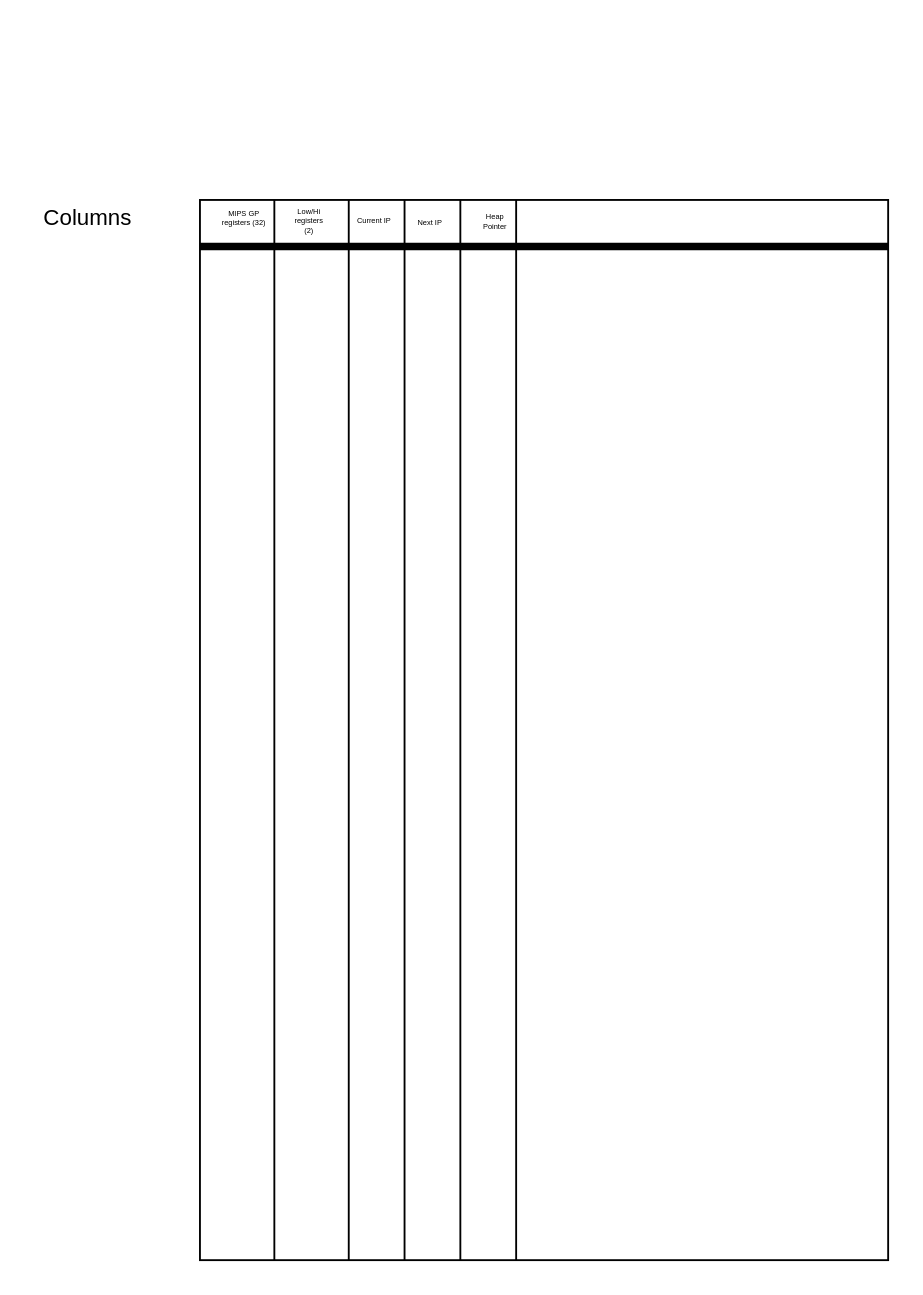
This is Untitled Diagram.drawio from dannywillems/drawio-diagrams, a draw.io file, before an edit. Source tidied: cells renumbered, new cells numbered last; positions are measured from the earlier drawing's top-left corner, leaving out a move shared by most shapes. Both pictures are drawn from the tidied source at 186%, with x=0, y=0 at pixel (32, 190).
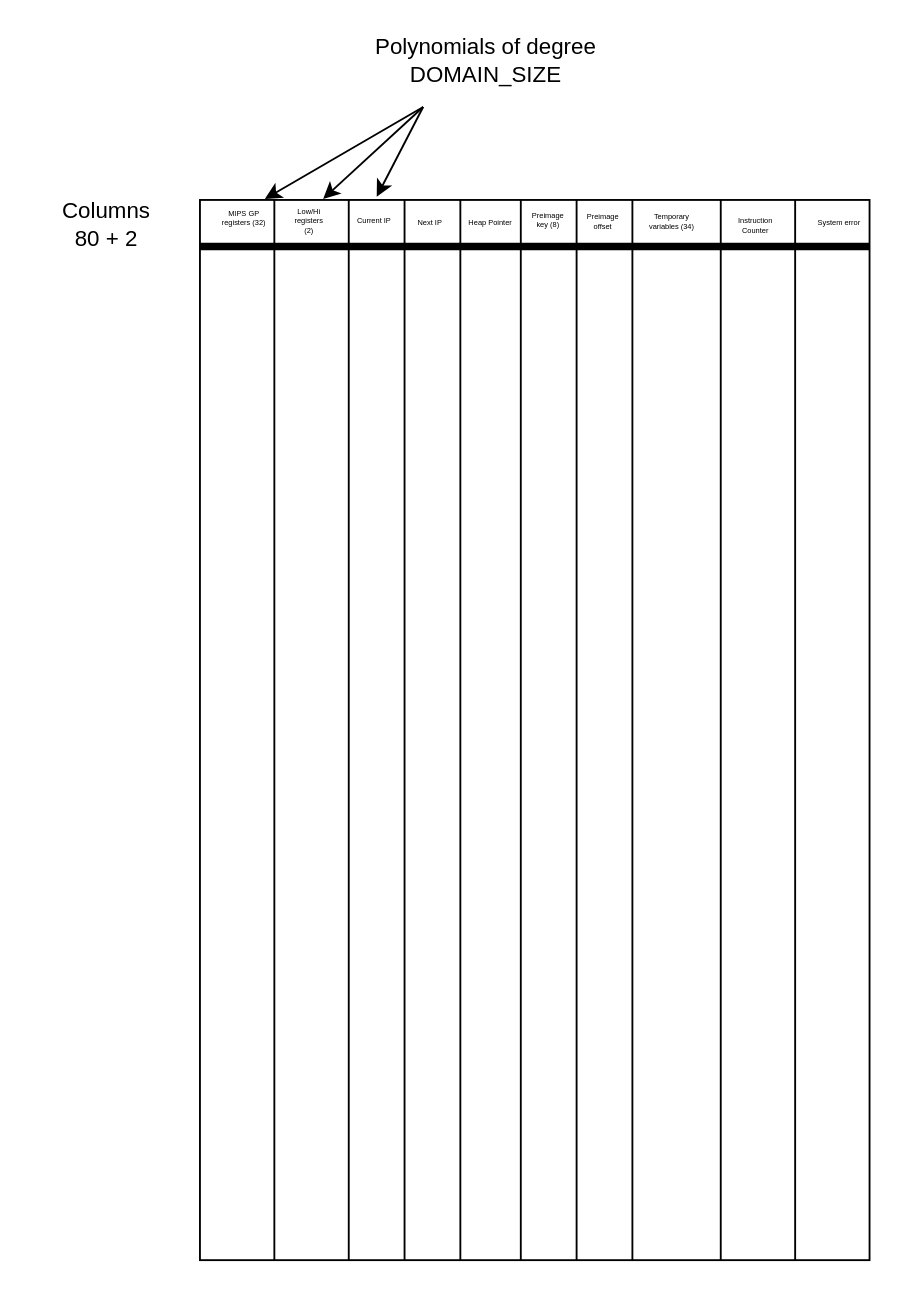
The same page after the edit.

Change to the diagram source:
```diff
@@
     <mxCell id="2" style="rounded=0;whiteSpace=wrap;html=1;" parent="1" vertex="1">
-      <mxGeometry x="90" y="5" width="370" height="570" as="geometry" />
+      <mxGeometry x="90" y="5" width="360" height="570" as="geometry" />
     </mxCell>
@@
     <mxCell id="5" style="line;strokeWidth=4;html=1;perimeter=backbonePerimeter;" parent="1" vertex="1">
-      <mxGeometry x="90" y="25" width="370" height="10" as="geometry" />
+      <mxGeometry x="90" y="25" width="360" height="10" as="geometry" />
     </mxCell>
-    <mxCell id="6" value="Columns" style="text;html=1;strokeColor=none;fillColor=none;align=center;verticalAlign=middle;whiteSpace=wrap;rounded=0;" parent="1" vertex="1">
-      <mxGeometry width="60" height="30" as="geometry" />
+    <mxCell id="6" value="Columns 80 + 2" style="text;html=1;strokeColor=none;fillColor=none;align=center;verticalAlign=middle;whiteSpace=wrap;rounded=0;" parent="1" vertex="1">
+      <mxGeometry x="10" y="3.2" width="60" height="30" as="geometry" />
     </mxCell>
@@
     <mxCell id="11" value="&lt;div&gt;Heap Pointer&lt;/div&gt;" style="text;html=1;strokeColor=none;fillColor=none;align=center;verticalAlign=middle;whiteSpace=wrap;rounded=0;fontSize=4;" parent="1" vertex="1">
-      <mxGeometry x="240" y="12.5" width="17.7" height="8.8" as="geometry" />
+      <mxGeometry x="230" y="10" width="32.5" height="16.2" as="geometry" />
     </mxCell>
@@
     <mxCell id="14" style="endArrow=none;html=1;rounded=0;entryX=0.25;entryY=0;entryDx=0;entryDy=0;exitX=0.25;exitY=1;exitDx=0;exitDy=0;" parent="1" edge="1">
       <mxGeometry relative="1" as="geometry">
-        <mxPoint x="260" y="575" as="sourcePoint" />
-        <mxPoint x="260" y="5" as="targetPoint" />
+        <mxPoint x="262.5" y="575" as="sourcePoint" />
+        <mxPoint x="262.5" y="5" as="targetPoint" />
       </mxGeometry>
     </mxCell>
+    <mxCell id="15" value="&lt;div&gt;Preimage key (8)&lt;/div&gt;" style="text;html=1;strokeColor=none;fillColor=none;align=center;verticalAlign=middle;whiteSpace=wrap;rounded=0;fontSize=4;" parent="1" vertex="1">
+      <mxGeometry x="265" y="10" width="25" height="12.5" as="geometry" />
+    </mxCell>
+    <mxCell id="16" value="Preimage offset" style="text;html=1;strokeColor=none;fillColor=none;align=center;verticalAlign=middle;whiteSpace=wrap;rounded=0;fontSize=4;" parent="1" vertex="1">
+      <mxGeometry x="292.5" y="10" width="27.5" height="13.8" as="geometry" />
+    </mxCell>
+    <mxCell id="17" style="endArrow=none;html=1;rounded=0;entryX=0.25;entryY=0;entryDx=0;entryDy=0;exitX=0.25;exitY=1;exitDx=0;exitDy=0;" parent="1" edge="1">
+      <mxGeometry relative="1" as="geometry">
+        <mxPoint x="292.5" y="575" as="sourcePoint" />
+        <mxPoint x="292.5" y="5" as="targetPoint" />
+      </mxGeometry>
+    </mxCell>
+    <mxCell id="18" style="endArrow=none;html=1;rounded=0;entryX=0.25;entryY=0;entryDx=0;entryDy=0;exitX=0.25;exitY=1;exitDx=0;exitDy=0;" parent="1" edge="1">
+      <mxGeometry relative="1" as="geometry">
+        <mxPoint x="322.5" y="575" as="sourcePoint" />
+        <mxPoint x="322.5" y="5" as="targetPoint" />
+      </mxGeometry>
+    </mxCell>
+    <mxCell id="19" value="Temporary variables (34)" style="text;html=1;strokeColor=none;fillColor=none;align=center;verticalAlign=middle;whiteSpace=wrap;rounded=0;fontSize=4;" parent="1" vertex="1">
+      <mxGeometry x="330" y="10.1" width="27.5" height="13.8" as="geometry" />
+    </mxCell>
+    <mxCell id="20" style="endArrow=none;html=1;rounded=0;entryX=0.25;entryY=0;entryDx=0;entryDy=0;exitX=0.25;exitY=1;exitDx=0;exitDy=0;" parent="1" edge="1">
+      <mxGeometry relative="1" as="geometry">
+        <mxPoint x="370" y="575" as="sourcePoint" />
+        <mxPoint x="370" y="5" as="targetPoint" />
+        <Array as="points">
+          <mxPoint x="370" y="295" />
+          <mxPoint x="370" y="155" />
+        </Array>
+      </mxGeometry>
+    </mxCell>
+    <mxCell id="21" style="endArrow=classic;html=1;rounded=0;entryX=0.097;entryY=-0.001;entryDx=0;entryDy=0;entryPerimeter=0;" parent="1" edge="1" target="2">
+      <mxGeometry relative="1" as="geometry">
+        <mxPoint x="210" y="-45" as="sourcePoint" />
+      </mxGeometry>
+    </mxCell>
+    <mxCell id="22" style="endArrow=classic;html=1;rounded=0;entryX=0.184;entryY=-0.001;entryDx=0;entryDy=0;entryPerimeter=0;" parent="1" edge="1" target="2">
+      <mxGeometry relative="1" as="geometry">
+        <mxPoint x="210" y="-45" as="sourcePoint" />
+      </mxGeometry>
+    </mxCell>
+    <mxCell id="23" style="endArrow=classic;html=1;rounded=0;entryX=0.264;entryY=-0.003;entryDx=0;entryDy=0;entryPerimeter=0;" parent="1" edge="1" target="2">
+      <mxGeometry relative="1" as="geometry">
+        <mxPoint x="210" y="-45" as="sourcePoint" />
+      </mxGeometry>
+    </mxCell>
+    <mxCell id="24" value="Polynomials of degree DOMAIN_SIZE" style="text;html=1;strokeColor=none;fillColor=none;align=center;verticalAlign=middle;whiteSpace=wrap;rounded=0;" parent="1" vertex="1">
+      <mxGeometry x="157.7" y="-85" width="172.3" height="30" as="geometry" />
+    </mxCell>
+    <mxCell id="25" style="endArrow=none;html=1;rounded=0;entryX=0.25;entryY=0;entryDx=0;entryDy=0;exitX=0.25;exitY=1;exitDx=0;exitDy=0;" parent="1" edge="1">
+      <mxGeometry relative="1" as="geometry">
+        <mxPoint x="410" y="575" as="sourcePoint" />
+        <mxPoint x="410" y="5" as="targetPoint" />
+        <Array as="points">
+          <mxPoint x="410" y="295" />
+          <mxPoint x="410" y="155" />
+        </Array>
+      </mxGeometry>
+    </mxCell>
+    <mxCell id="26" value="Instruction Counter" style="text;html=1;strokeColor=none;fillColor=none;align=center;verticalAlign=middle;whiteSpace=wrap;rounded=0;fontSize=4;" parent="1" vertex="1">
+      <mxGeometry x="375" y="12.5" width="27.5" height="13.8" as="geometry" />
+    </mxCell>
+    <mxCell id="27" value="System error" style="text;html=1;strokeColor=none;fillColor=none;align=center;verticalAlign=middle;whiteSpace=wrap;rounded=0;fontSize=4;" parent="1" vertex="1">
+      <mxGeometry x="420" y="11.2" width="27.5" height="13.8" as="geometry" />
+    </mxCell>
```
